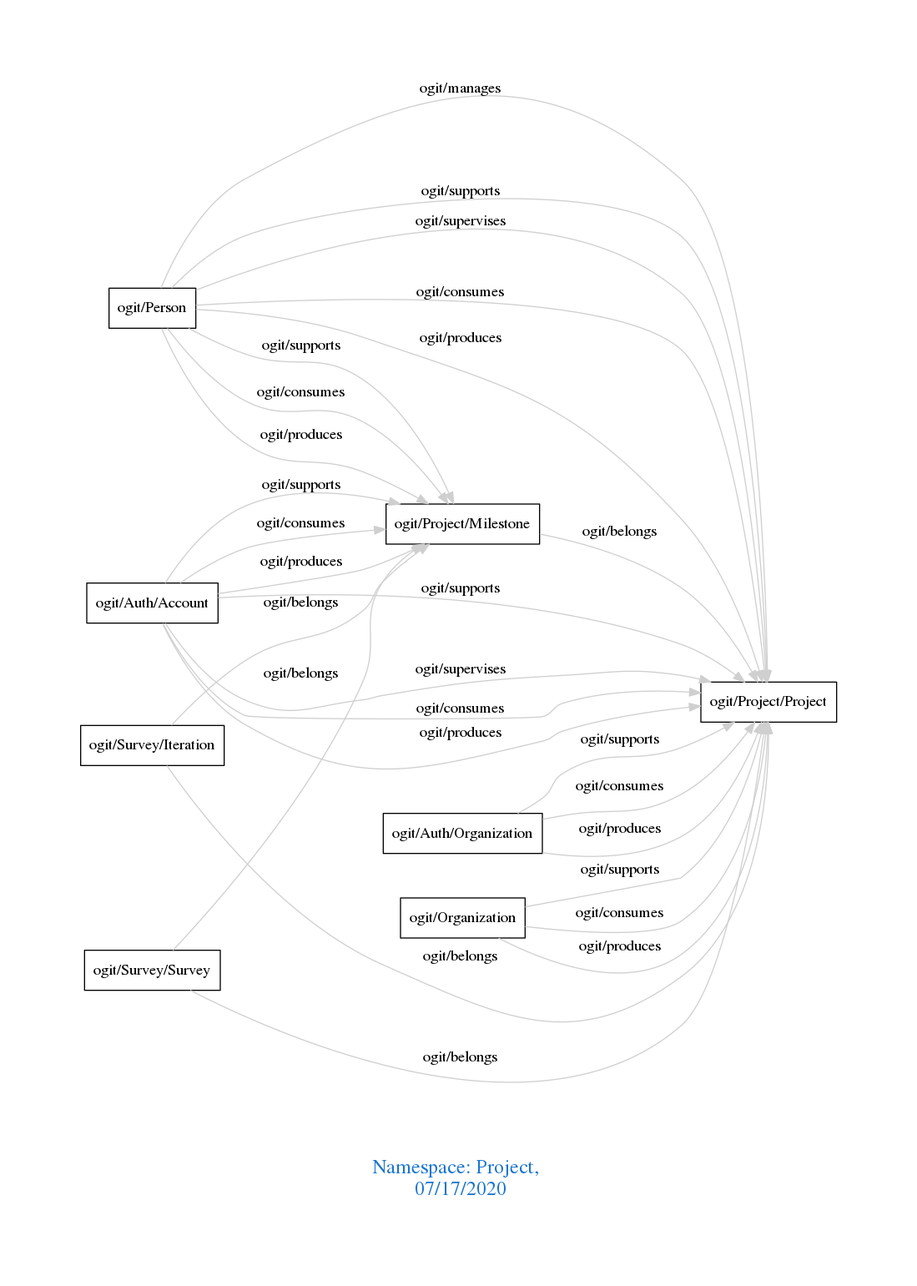
Before: downloads/Project.png, a diagram exported from Graphviz (arago/OGIT). Its source is kept beside it as downloads/Project.dot.
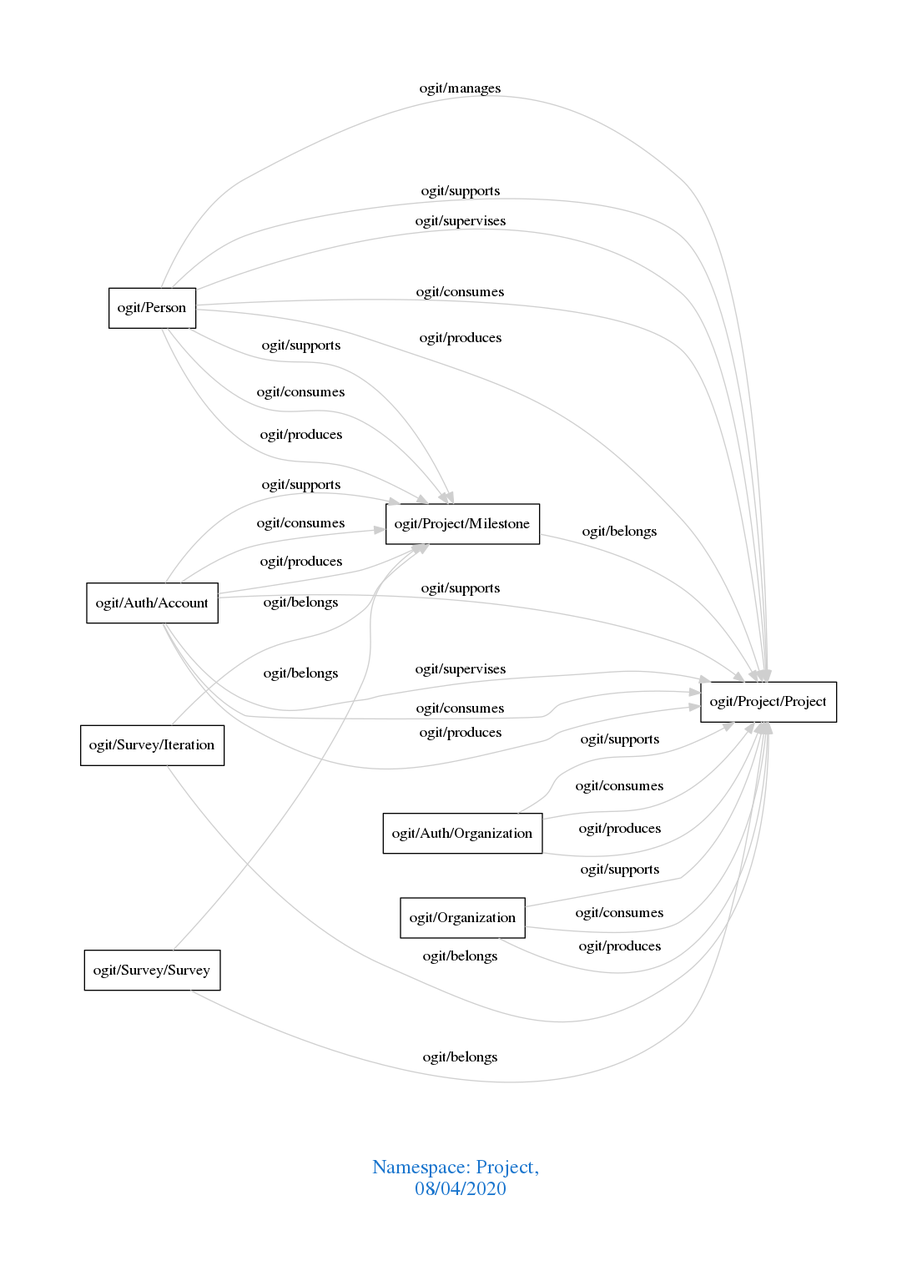
Above is the later version.

The edit, as a diff of the source:
```diff
@@ -1,7 +1,7 @@
 digraph OGIT_ontology {
  graph [ rankdir= LR,pad=1
 fontsize = 18,
-fontcolor= dodgerblue3,label = "\n\n\nNamespace: Project, \n 07/17/2020"];
+fontcolor= dodgerblue3,label = "\n\n\nNamespace: Project, \n 08/04/2020"];
 node[shape=polygon];
 edge [  color="gray81"];
 
```
